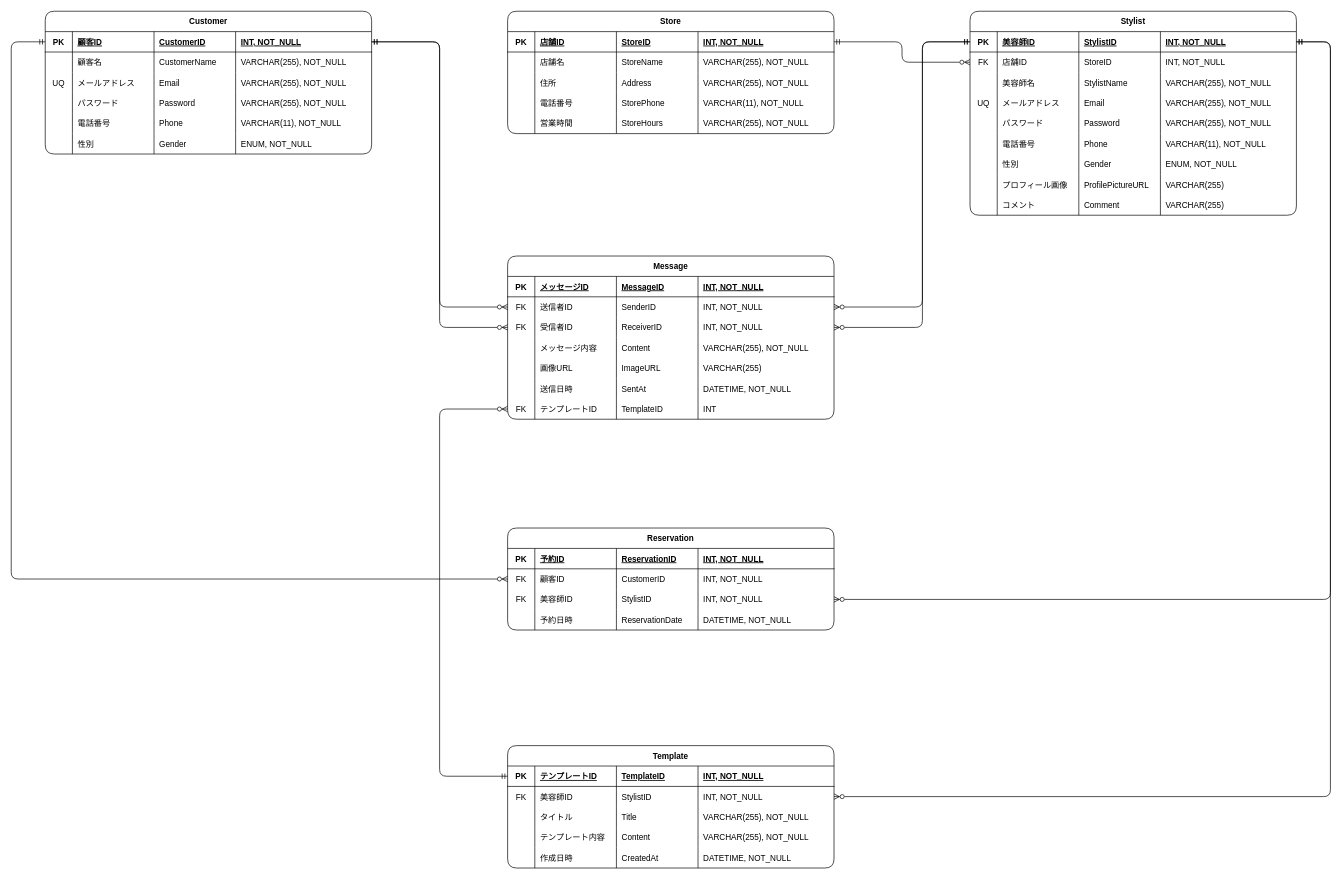
Before: background/ER-Draft_hiyo.dio in J-Team-2025-Winter/J-Team-2025-Winter, a draw.io diagram. Source tidied: cells renumbered, new cells numbered last; positions are measured from the earlier drawing's top-left corner, leaving out a move shared by most shapes. Both pictures are drawn from the tidied source at 68%, with x=0, y=0 at pixel (11, 11).
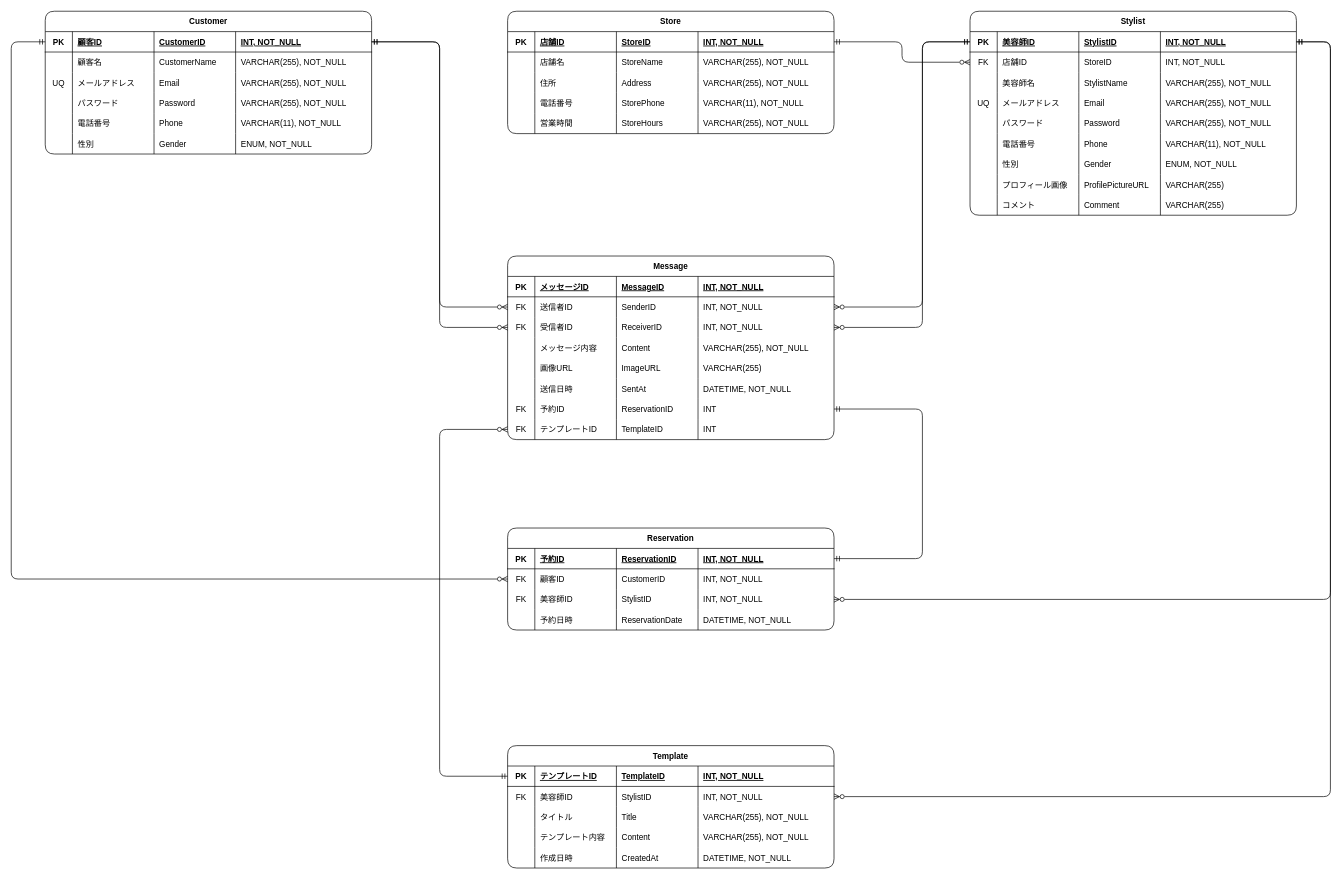
The same diagram, later.

Commit message:
ファイル更新：ER-Draft_hiyo.dio

Unchanged cells that the change refers to:
```xml
<mxCell id="116" style="shape=tableRow;horizontal=0;startSize=0;swimlaneHead=0;swimlaneBody=0;fillColor=none;points=[[0,0.5],[1,0.5]];portConstraint=eastwest;top=0;left=0;right=0;bottom=1;" parent="115" vertex="1">
  <mxGeometry y="30" width="480" height="30" as="geometry" />
</mxCell>
<mxCell id="170" style="shape=tableRow;horizontal=0;startSize=0;swimlaneHead=0;swimlaneBody=0;fillColor=none;points=[[0,0.5],[1,0.5]];portConstraint=eastwest;top=0;left=0;right=0;bottom=1;" parent="169" vertex="1">
  <mxGeometry y="30" width="480" height="30" as="geometry" />
</mxCell>
```

Diff of the diagram source:
```diff
@@
     <mxCell id="79" value="Message" style="shape=table;startSize=30;childLayout=tableLayout;rowLines=0;fontStyle=1;align=center;rounded=1;" parent="1" vertex="1">
-      <mxGeometry x="730" y="360" width="480" height="240" as="geometry" />
+      <mxGeometry x="730" y="360" width="480" height="270" as="geometry" />
     </mxCell>
@@
+    <mxCell id="197" style="shape=tableRow;horizontal=0;startSize=0;swimlaneHead=0;swimlaneBody=0;fillColor=none;points=[[0,0.5],[1,0.5]];portConstraint=eastwest;top=0;left=0;right=0;bottom=0;" parent="79" vertex="1">
+      <mxGeometry y="210" width="480" height="30" as="geometry" />
+    </mxCell>
+    <mxCell id="198" value="FK" style="shape=partialRectangle;fillColor=none;top=0;left=0;bottom=0;right=0;overflow=hidden;" parent="197" vertex="1">
+      <mxGeometry width="40" height="30" as="geometry" />
+    </mxCell>
+    <mxCell id="199" value="予約ID" style="shape=partialRectangle;fillColor=none;top=0;left=0;bottom=0;right=0;align=left;spacingLeft=6;overflow=hidden;" parent="197" vertex="1">
+      <mxGeometry x="40" width="120" height="30" as="geometry" />
+    </mxCell>
+    <mxCell id="200" value="ReservationID" style="shape=partialRectangle;fillColor=none;top=0;left=0;bottom=0;right=0;align=left;spacingLeft=6;overflow=hidden;" parent="197" vertex="1">
+      <mxGeometry x="160" width="120" height="30" as="geometry" />
+    </mxCell>
+    <mxCell id="201" value="INT" style="shape=partialRectangle;fillColor=none;top=0;left=0;bottom=0;right=0;align=left;spacingLeft=6;overflow=hidden;" parent="197" vertex="1">
+      <mxGeometry x="280" width="200" height="30" as="geometry" />
+    </mxCell>
     <mxCell id="110" style="shape=tableRow;horizontal=0;startSize=0;swimlaneHead=0;swimlaneBody=0;fillColor=none;points=[[0,0.5],[1,0.5]];portConstraint=eastwest;top=0;left=0;right=0;bottom=0;" parent="79" vertex="1">
-      <mxGeometry y="210" width="480" height="30" as="geometry" />
+      <mxGeometry y="240" width="480" height="30" as="geometry" />
     </mxCell>
@@
-    <mxCell id="196" style="edgeStyle=orthogonalEdgeStyle;html=1;exitX=0;exitY=0.5;exitDx=0;exitDy=0;startArrow=ERmandOne;startFill=0;endArrow=ERzeroToMany;endFill=0;" parent="1" edge="1" source="170" target="110">
+    <mxCell id="196" style="edgeStyle=orthogonalEdgeStyle;html=1;exitX=0;exitY=0.5;exitDx=0;exitDy=0;entryX=0;entryY=0.5;entryDx=0;entryDy=0;startArrow=ERmandOne;startFill=0;endArrow=ERzeroToMany;endFill=0;" parent="1" edge="1" source="170" target="110">
       <mxGeometry relative="1" as="geometry">
         <Array as="points">
           <mxPoint x="630" y="1125" />
-          <mxPoint x="630" y="585" />
+          <mxPoint x="630" y="615" />
         </Array>
       </mxGeometry>
     </mxCell>
+    <mxCell id="202" style="edgeStyle=orthogonalEdgeStyle;html=1;exitX=1;exitY=0.5;exitDx=0;exitDy=0;entryX=1;entryY=0.5;entryDx=0;entryDy=0;startArrow=ERmandOne;startFill=0;endArrow=ERmandOne;endFill=0;" parent="1" edge="1" source="116" target="197">
+      <mxGeometry relative="1" as="geometry">
+        <Array as="points">
+          <mxPoint x="1340" y="805" />
+          <mxPoint x="1340" y="585" />
+        </Array>
+      </mxGeometry>
+    </mxCell>
```
